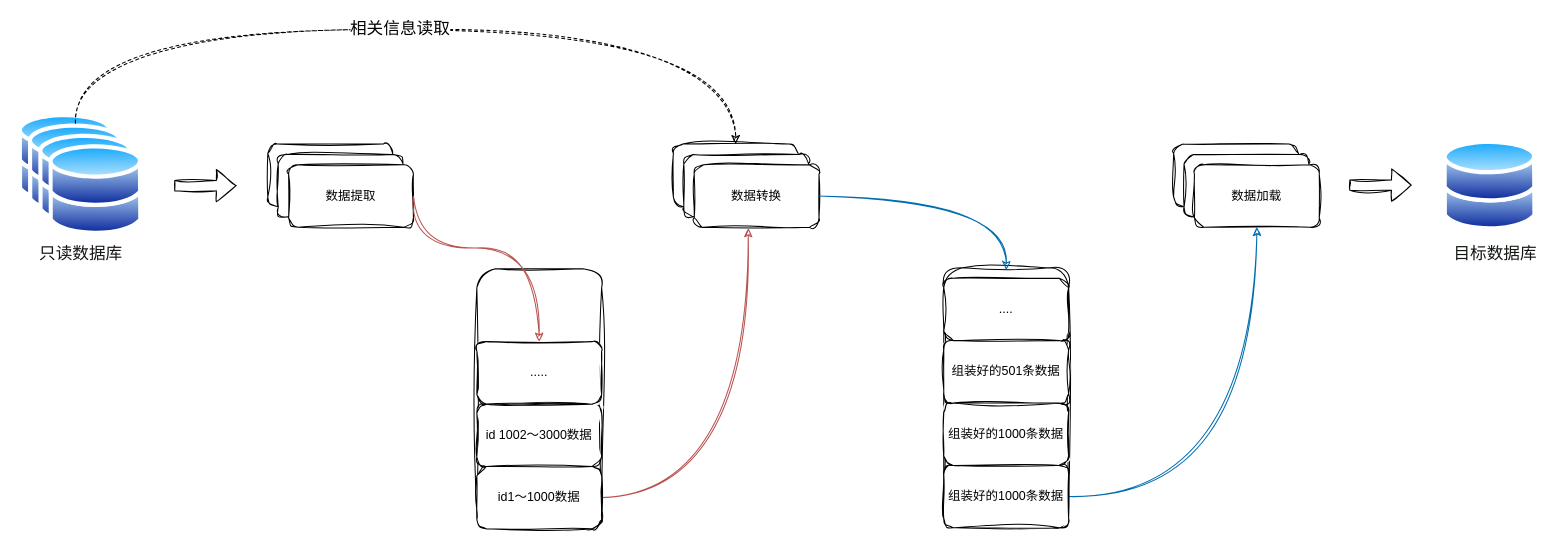
The draw.io diagram ETL/ETL.drawio in eatboooo/draw, before the edit. Source tidied: cells renumbered, new cells numbered last; positions are measured from the earlier drawing's top-left corner, leaving out a move shared by most shapes. Both pictures are drawn from the tidied source at 104%, with x=0, y=0 at pixel (18, 29). Pictures stored in the file or linked from it are replaced by grey dashed boxes.
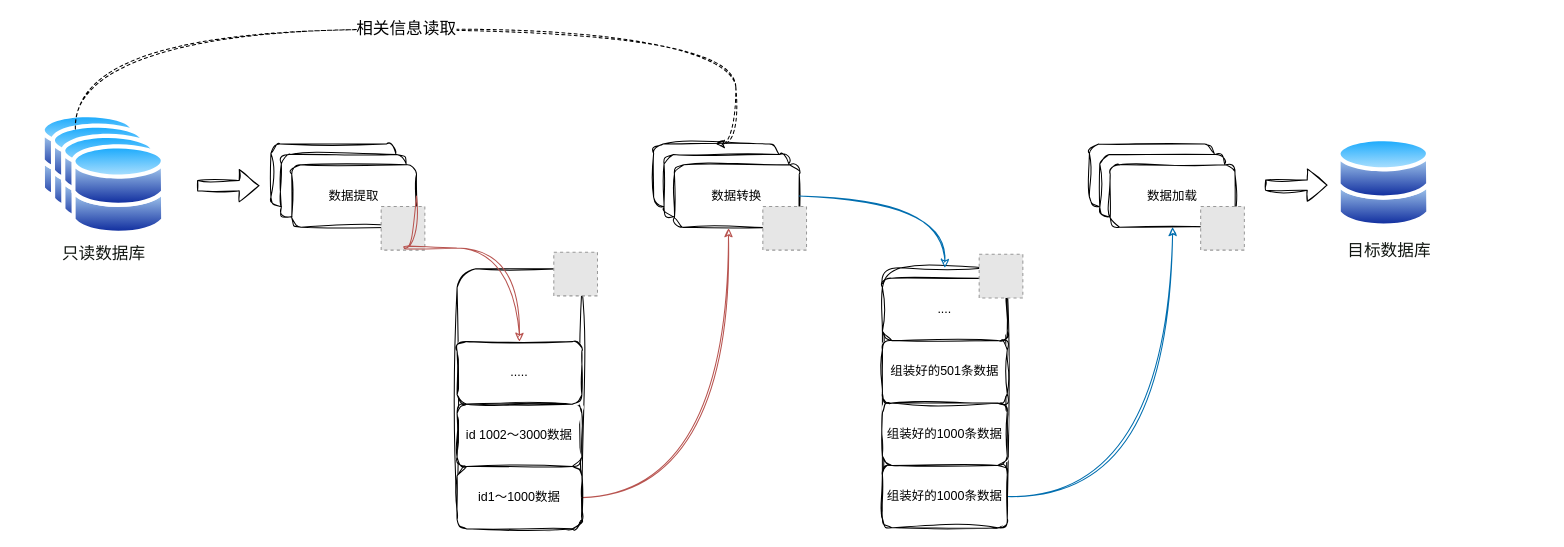
After the change.

Unchanged cells that the change refers to:
```xml
<mxCell id="10" value="数据提取" style="rounded=1;whiteSpace=wrap;html=1;sketch=1;curveFitting=1;jiggle=2;" parent="7" vertex="1">
  <mxGeometry x="20" y="20" width="120" height="60" as="geometry" />
</mxCell>
<mxCell id="20" value="数据转换" style="rounded=1;whiteSpace=wrap;html=1;sketch=1;curveFitting=1;jiggle=2;" parent="17" vertex="1">
  <mxGeometry x="20" y="20" width="120" height="60" as="geometry" />
</mxCell>
<mxCell id="34" style="rounded=1;whiteSpace=wrap;html=1;sketch=1;curveFitting=1;jiggle=2;" parent="33" vertex="1">
  <mxGeometry width="120" height="250" as="geometry" />
</mxCell>
```

The edit, as a diff of the source:
```diff
@@
-<mxGraphModel background="#ffffff">
+<mxGraphModel>
@@
     <mxCell id="2" style="group;sketch=1;curveFitting=1;jiggle=2;" parent="1" vertex="1">
-      <mxGeometry y="80" width="120" height="120" as="geometry" />
+      <mxGeometry x="22" y="80" width="120" height="120" as="geometry" />
     </mxCell>
@@
     <mxCell id="7" style="group;sketch=1;curveFitting=1;jiggle=2;" parent="1" vertex="1">
-      <mxGeometry x="240" y="110" width="140" height="80" as="geometry" />
+      <mxGeometry x="243" y="110" width="148" height="102" as="geometry" />
     </mxCell>
@@
+    <mxCell id="40" style="fillColor=#E6E6E6;strokeColor=#999999;dashed=1;verticalLabelPosition=bottom;labelBackgroundColor=default;verticalAlign=top;" parent="7" vertex="1">
+      <mxGeometry x="106" y="60" width="42" height="42" as="geometry" />
+    </mxCell>
     <mxCell id="11" style="shape=flexArrow;endArrow=classic;html=1;sketch=1;curveFitting=1;jiggle=2;" parent="1" edge="1">
       <mxGeometry relative="1" as="geometry">
-        <mxPoint x="150" y="150" as="sourcePoint" />
-        <mxPoint x="210" y="150" as="targetPoint" />
+        <mxPoint x="172" y="150" as="sourcePoint" />
+        <mxPoint x="232" y="150" as="targetPoint" />
       </mxGeometry>
     </mxCell>
     <mxCell id="12" style="rounded=1;whiteSpace=wrap;html=1;sketch=1;curveFitting=1;jiggle=2;" parent="1" vertex="1">
-      <mxGeometry x="441" y="230" width="120" height="250" as="geometry" />
+      <mxGeometry x="422" y="230" width="120" height="250" as="geometry" />
     </mxCell>
@@
     <mxCell id="14" value="id1～1000数据" style="rounded=1;whiteSpace=wrap;html=1;sketch=1;curveFitting=1;jiggle=2;" parent="1" vertex="1">
-      <mxGeometry x="441" y="420" width="120" height="60" as="geometry" />
+      <mxGeometry x="422" y="420" width="120" height="60" as="geometry" />
     </mxCell>
     <mxCell id="15" value="id 1002～3000数据" style="rounded=1;whiteSpace=wrap;html=1;sketch=1;curveFitting=1;jiggle=2;" parent="1" vertex="1">
-      <mxGeometry x="441" y="360" width="120" height="60" as="geometry" />
+      <mxGeometry x="422" y="360" width="120" height="60" as="geometry" />
     </mxCell>
     <mxCell id="16" value="....." style="rounded=1;whiteSpace=wrap;html=1;sketch=1;curveFitting=1;jiggle=2;" parent="1" vertex="1">
-      <mxGeometry x="441" y="300" width="120" height="60" as="geometry" />
+      <mxGeometry x="422" y="300" width="120" height="60" as="geometry" />
     </mxCell>
     <mxCell id="17" style="group;sketch=1;curveFitting=1;jiggle=2;" parent="1" vertex="1">
-      <mxGeometry x="630" y="110" width="140" height="80" as="geometry" />
+      <mxGeometry x="611" y="110" width="147" height="102" as="geometry" />
     </mxCell>
@@
+    <mxCell id="41" style="fillColor=#E6E6E6;strokeColor=#999999;dashed=1;verticalLabelPosition=bottom;labelBackgroundColor=default;verticalAlign=top;" parent="17" vertex="1">
+      <mxGeometry x="105" y="60" width="42" height="42" as="geometry" />
+    </mxCell>
     <mxCell id="21" style="edgeStyle=orthogonalEdgeStyle;html=1;exitX=1;exitY=0.5;exitDx=0;exitDy=0;entryX=0.5;entryY=0;entryDx=0;entryDy=0;curved=1;fillColor=#f8cecc;strokeColor=#b85450;sketch=1;curveFitting=1;jiggle=2;" parent="1" edge="1" source="10" target="16">
       <mxGeometry relative="1" as="geometry">
         <Array as="points">
-          <mxPoint x="380" y="210" />
-          <mxPoint x="500" y="210" />
+          <mxPoint x="361" y="210" />
+          <mxPoint x="481" y="210" />
         </Array>
       </mxGeometry>
     </mxCell>
@@
     <mxCell id="25" style="group;sketch=1;curveFitting=1;jiggle=2;" parent="1" vertex="1">
-      <mxGeometry x="1111" y="110" width="140" height="80" as="geometry" />
+      <mxGeometry x="1030" y="110" width="140" height="80" as="geometry" />
     </mxCell>
@@
     <mxCell id="29" style="perimeter=ellipsePerimeter;html=1;align=center;shadow=0;dashed=0;spacingTop=3;image;image=img/lib/active_directory/databases.svg;imageBackground=default;sketch=1;curveFitting=1;jiggle=2;" parent="1" vertex="1">
-      <mxGeometry x="1370" y="105.7" width="90.5" height="88.6" as="geometry" />
+      <mxGeometry x="1268" y="103" width="90.5" height="88.6" as="geometry" />
     </mxCell>
     <mxCell id="30" style="shape=flexArrow;endArrow=classic;html=1;sketch=1;curveFitting=1;jiggle=2;" parent="1" edge="1">
       <mxGeometry relative="1" as="geometry">
-        <mxPoint x="1280" y="149.5" as="sourcePoint" />
-        <mxPoint x="1340" y="149.5" as="targetPoint" />
+        <mxPoint x="1199" y="149.5" as="sourcePoint" />
+        <mxPoint x="1259" y="149.5" as="targetPoint" />
       </mxGeometry>
     </mxCell>
     <mxCell id="31" value="只读数据库" style="text;html=1;align=center;verticalAlign=middle;fontSize=16;labelBackgroundColor=none;labelBorderColor=none;fontColor=#121712;sketch=1;curveFitting=1;jiggle=2;" parent="1" vertex="1">
-      <mxGeometry x="10" y="200" width="100" height="30" as="geometry" />
+      <mxGeometry x="32" y="200" width="100" height="30" as="geometry" />
     </mxCell>
     <mxCell id="32" value="目标数据库" style="text;html=1;align=center;verticalAlign=middle;fontSize=16;labelBackgroundColor=none;labelBorderColor=none;fontColor=#121712;sketch=1;curveFitting=1;jiggle=2;" parent="1" vertex="1">
-      <mxGeometry x="1370" y="200" width="100" height="30" as="geometry" />
+      <mxGeometry x="1268" y="197.3" width="100" height="30" as="geometry" />
     </mxCell>
     <mxCell id="33" style="group;sketch=1;curveFitting=1;jiggle=2;" parent="1" vertex="1">
-      <mxGeometry x="890" y="229" width="120" height="250" as="geometry" />
+      <mxGeometry x="831" y="229" width="135" height="250" as="geometry" />
     </mxCell>
@@
+    <mxCell id="42" style="fillColor=#E6E6E6;strokeColor=#999999;dashed=1;verticalLabelPosition=bottom;labelBackgroundColor=default;verticalAlign=top;" parent="33" vertex="1">
+      <mxGeometry x="93" y="-13" width="42" height="42" as="geometry" />
+    </mxCell>
-    <mxCell id="39" style="edgeStyle=orthogonalEdgeStyle;curved=1;html=1;fontSize=16;fillColor=#1ba1e2;strokeColor=#006EAF;sketch=1;curveFitting=1;jiggle=2;" parent="1" edge="1" source="20">
-      <mxGeometry relative="1" as="geometry">
-        <mxPoint x="950" y="231" as="targetPoint" />
-      </mxGeometry>
+    <mxCell id="39" style="edgeStyle=orthogonalEdgeStyle;curved=1;html=1;fontSize=16;fillColor=#1ba1e2;strokeColor=#006EAF;sketch=1;curveFitting=1;jiggle=2;entryX=0.5;entryY=0;entryDx=0;entryDy=0;" parent="1" edge="1" source="20" target="34">
+      <mxGeometry relative="1" as="geometry" />
     </mxCell>
+    <mxCell id="43" style="fillColor=#E6E6E6;strokeColor=#999999;dashed=1;verticalLabelPosition=bottom;labelBackgroundColor=default;verticalAlign=top;" parent="1" vertex="1">
+      <mxGeometry x="1137" y="170" width="42" height="42" as="geometry" />
+    </mxCell>
+    <mxCell id="44" style="fillColor=#E6E6E6;strokeColor=#999999;dashed=1;verticalLabelPosition=bottom;labelBackgroundColor=default;verticalAlign=top;" parent="1" vertex="1">
+      <mxGeometry x="515" y="214" width="42" height="42" as="geometry" />
+    </mxCell>
```
